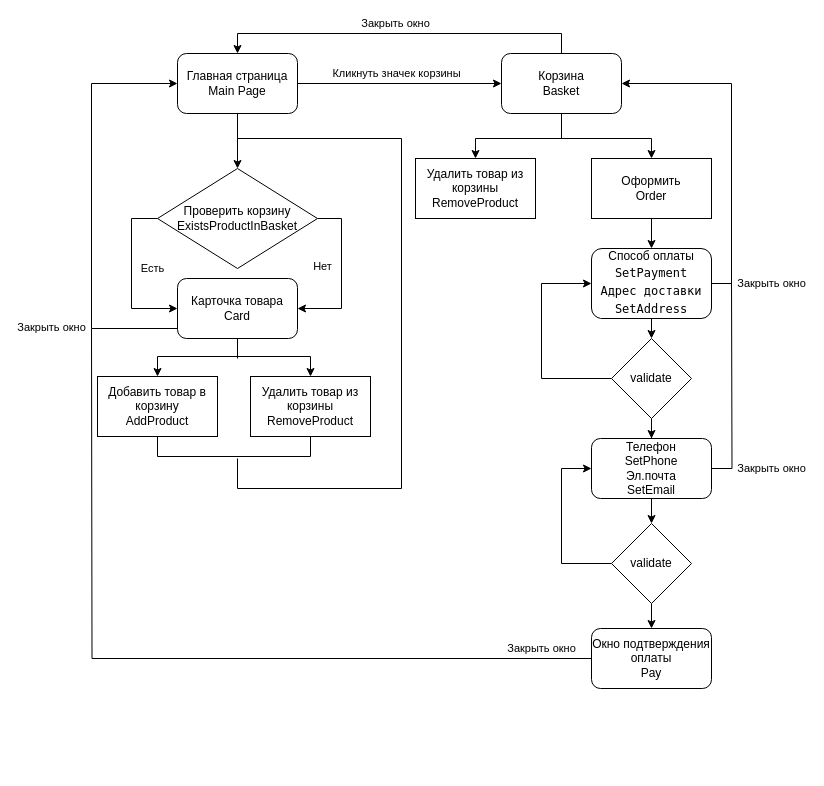
Earlier version of the draw.io diagram web-larek-frontend.process.drawio (Kazannik/web-larek-frontend). Source tidied: cells renumbered, new cells numbered last; positions are measured from the earlier drawing's top-left corner, leaving out a move shared by most shapes. Both pictures are drawn from the tidied source at 100%, with x=0, y=0 at pixel (91, 53).
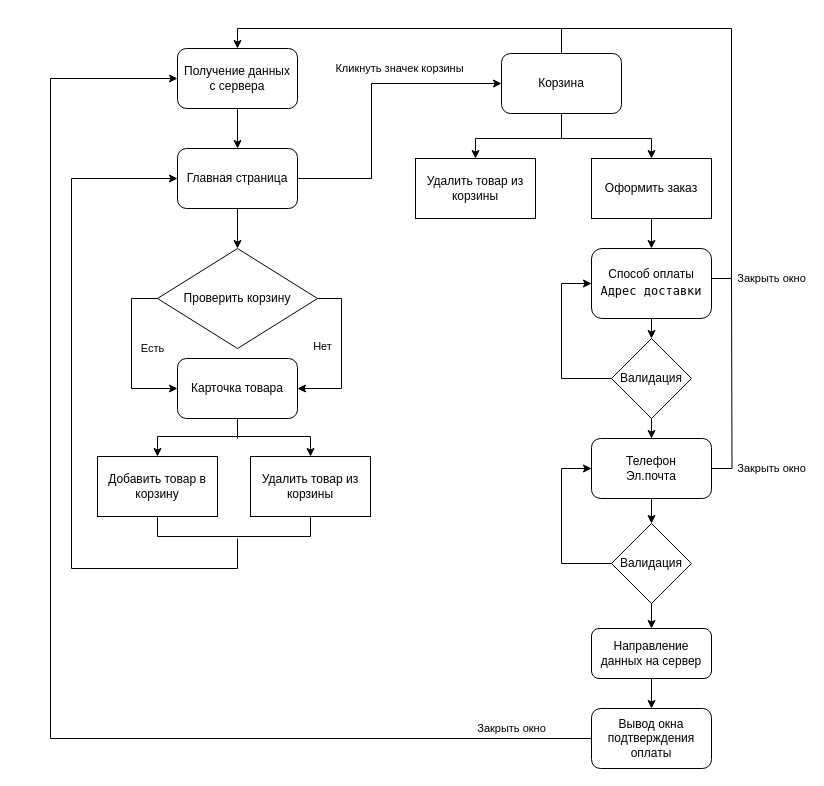
Above is the later version.

What changed in the source:
```diff
@@
     <mxCell id="2" style="edgeStyle=orthogonalEdgeStyle;rounded=0;jettySize=auto;html=1;exitX=0.5;exitY=1;exitDx=0;exitDy=0;endArrow=none;endFill=0;" parent="1" edge="1" source="4">
       <mxGeometry relative="1" as="geometry">
-        <mxPoint x="146" y="305" as="targetPoint" />
+        <mxPoint x="146" y="385" as="targetPoint" />
       </mxGeometry>
     </mxCell>
-    <mxCell id="3" value="Закрыть окно" style="edgeStyle=orthogonalEdgeStyle;rounded=0;jettySize=auto;html=1;exitX=0;exitY=0.5;exitDx=0;exitDy=0;entryX=0;entryY=0.5;entryDx=0;entryDy=0;" parent="1" edge="1" source="4" target="15">
-      <mxGeometry x="-0.51" y="40" relative="1" as="geometry">
-        <Array as="points">
-          <mxPoint x="86" y="275" />
-          <mxPoint y="275" />
-          <mxPoint y="30" />
-        </Array>
-      </mxGeometry>
-    </mxCell>
-    <mxCell id="4" value="Карточка товара&lt;br&gt;Card" style="rounded=1;whiteSpace=wrap;html=1;" parent="1" vertex="1">
-      <mxGeometry x="86" y="225" width="120" height="60" as="geometry" />
+    <mxCell id="4" value="Карточка товара" style="rounded=1;whiteSpace=wrap;html=1;" parent="1" vertex="1">
+      <mxGeometry x="86" y="305" width="120" height="60" as="geometry" />
     </mxCell>
@@
-    <mxCell id="6" value="Добавить товар в корзину&lt;br&gt;AddProduct" style="rounded=0;whiteSpace=wrap;html=1;" parent="1" vertex="1">
-      <mxGeometry x="6" y="323" width="120" height="60" as="geometry" />
+    <mxCell id="6" value="Добавить товар в корзину" style="rounded=0;whiteSpace=wrap;html=1;" parent="1" vertex="1">
+      <mxGeometry x="6" y="403" width="120" height="60" as="geometry" />
     </mxCell>
     <mxCell id="7" style="edgeStyle=orthogonalEdgeStyle;rounded=0;jettySize=auto;html=1;exitX=0.5;exitY=1;exitDx=0;exitDy=0;entryX=0.5;entryY=1;entryDx=0;entryDy=0;endArrow=none;endFill=0;" parent="1" edge="1" source="8" target="6">
       <mxGeometry relative="1" as="geometry">
         <Array as="points">
-          <mxPoint x="219" y="403" />
-          <mxPoint x="66" y="403" />
+          <mxPoint x="219" y="483" />
+          <mxPoint x="66" y="483" />
         </Array>
       </mxGeometry>
     </mxCell>
-    <mxCell id="8" value="Удалить товар из корзины&lt;br&gt;RemoveProduct" style="rounded=0;whiteSpace=wrap;html=1;" parent="1" vertex="1">
-      <mxGeometry x="159" y="323" width="120" height="60" as="geometry" />
+    <mxCell id="8" value="Удалить товар из корзины" style="rounded=0;whiteSpace=wrap;html=1;" parent="1" vertex="1">
+      <mxGeometry x="159" y="403" width="120" height="60" as="geometry" />
     </mxCell>
-    <mxCell id="9" value="Закрыть окно" style="edgeStyle=orthogonalEdgeStyle;rounded=0;jettySize=auto;html=1;exitX=0.5;exitY=0;exitDx=0;exitDy=0;entryX=0.5;entryY=0;entryDx=0;entryDy=0;" parent="1" edge="1" source="12" target="15">
-      <mxGeometry x="0.02" y="-10" relative="1" as="geometry" />
-    </mxCell>
@@
-    <mxCell id="11" value="Закрыть окно" style="edgeStyle=orthogonalEdgeStyle;rounded=0;jettySize=auto;html=1;entryX=1;entryY=0.5;entryDx=0;entryDy=0;startArrow=classic;startFill=1;endArrow=none;endFill=0;" parent="1" edge="1" source="12" target="27">
-      <mxGeometry x="0.88" y="-40" relative="1" as="geometry">
+    <mxCell id="11" value="Закрыть окно" style="edgeStyle=orthogonalEdgeStyle;rounded=0;orthogonalLoop=1;jettySize=auto;html=1;entryX=1;entryY=0.5;entryDx=0;entryDy=0;startArrow=none;startFill=0;endArrow=none;endFill=0;" parent="1" edge="1">
+      <mxGeometry x="0.91" y="-40" relative="1" as="geometry">
+        <mxPoint x="470" y="-20" as="sourcePoint" />
+        <mxPoint x="620" y="225" as="targetPoint" />
         <Array as="points">
-          <mxPoint x="640" y="30" />
-          <mxPoint x="640" y="230" />
+          <mxPoint x="470" y="-25" />
+          <mxPoint x="640" y="-25" />
+          <mxPoint x="640" y="225" />
         </Array>
         <mxPoint x="40" y="40" as="offset" />
       </mxGeometry>
     </mxCell>
-    <mxCell id="12" value="Корзина&lt;br&gt;Basket" style="rounded=1;whiteSpace=wrap;html=1;" parent="1" vertex="1">
+    <mxCell id="12" value="Корзина" style="rounded=1;whiteSpace=wrap;html=1;" parent="1" vertex="1">
       <mxGeometry x="410" width="120" height="60" as="geometry" />
     </mxCell>
     <mxCell id="13" value="Кликнуть значек корзины" style="edgeStyle=orthogonalEdgeStyle;rounded=0;jettySize=auto;html=1;exitX=1;exitY=0.5;exitDx=0;exitDy=0;entryX=0;entryY=0.5;entryDx=0;entryDy=0;" parent="1" edge="1" source="15" target="12">
-      <mxGeometry x="-0.03" y="10" relative="1" as="geometry" />
+      <mxGeometry x="0.32" y="15" relative="1" as="geometry">
+        <Array as="points">
+          <mxPoint x="280" y="125" />
+          <mxPoint x="280" y="30" />
+        </Array>
+      </mxGeometry>
     </mxCell>
@@
-    <mxCell id="15" value="Главная страница&lt;br&gt;Main Page" style="rounded=1;whiteSpace=wrap;html=1;" parent="1" vertex="1">
-      <mxGeometry x="86" width="120" height="60" as="geometry" />
+    <mxCell id="15" value="Главная страница" style="rounded=1;whiteSpace=wrap;html=1;" parent="1" vertex="1">
+      <mxGeometry x="86" y="95" width="120" height="60" as="geometry" />
     </mxCell>
@@
-    <mxCell id="17" value="Удалить товар из корзины&lt;br&gt;RemoveProduct" style="rounded=0;whiteSpace=wrap;html=1;" parent="1" vertex="1">
+    <mxCell id="17" value="Удалить товар из корзины" style="rounded=0;whiteSpace=wrap;html=1;" parent="1" vertex="1">
       <mxGeometry x="324" y="105" width="120" height="60" as="geometry" />
     </mxCell>
-    <mxCell id="18" style="edgeStyle=orthogonalEdgeStyle;rounded=0;orthogonalLoop=1;jettySize=auto;html=1;startArrow=none;startFill=0;endArrow=none;endFill=0;" parent="1" edge="1">
+    <mxCell id="18" style="edgeStyle=orthogonalEdgeStyle;rounded=0;jettySize=auto;html=1;startArrow=classic;startFill=1;endArrow=none;endFill=0;exitX=0;exitY=0.5;exitDx=0;exitDy=0;" parent="1" edge="1" source="15">
       <mxGeometry relative="1" as="geometry">
-        <mxPoint x="146" y="95" as="sourcePoint" />
-        <mxPoint x="146" y="405" as="targetPoint" />
+        <mxPoint x="146" y="485" as="targetPoint" />
         <Array as="points">
-          <mxPoint x="146" y="85" />
-          <mxPoint x="310" y="85" />
-          <mxPoint x="310" y="435" />
-          <mxPoint x="146" y="435" />
+          <mxPoint x="-20" y="125" />
+          <mxPoint x="-20" y="515" />
+          <mxPoint x="146" y="515" />
         </Array>
       </mxGeometry>
     </mxCell>
     <mxCell id="19" style="edgeStyle=orthogonalEdgeStyle;rounded=0;jettySize=auto;html=1;entryX=1;entryY=0.5;entryDx=0;entryDy=0;" parent="1" edge="1" source="23" target="4">
       <mxGeometry relative="1" as="geometry">
         <Array as="points">
-          <mxPoint x="250" y="165" />
-          <mxPoint x="250" y="255" />
+          <mxPoint x="250" y="245" />
+          <mxPoint x="250" y="335" />
         </Array>
       </mxGeometry>
     </mxCell>
@@
     <mxCell id="21" style="edgeStyle=orthogonalEdgeStyle;rounded=0;jettySize=auto;html=1;entryX=0;entryY=0.5;entryDx=0;entryDy=0;" parent="1" edge="1" source="23" target="4">
       <mxGeometry relative="1" as="geometry">
         <Array as="points">
-          <mxPoint x="40" y="165" />
-          <mxPoint x="40" y="255" />
+          <mxPoint x="40" y="245" />
+          <mxPoint x="40" y="335" />
         </Array>
       </mxGeometry>
     </mxCell>
@@
-    <mxCell id="23" value="Проверить корзину&lt;br style=&quot;border-color: var(--border-color);&quot;&gt;ExistsProductInBasket" style="rhombus;whiteSpace=wrap;html=1;" parent="1" vertex="1">
-      <mxGeometry x="66" y="115" width="160" height="100" as="geometry" />
+    <mxCell id="23" value="Проверить корзину" style="rhombus;whiteSpace=wrap;html=1;" parent="1" vertex="1">
+      <mxGeometry x="66" y="195" width="160" height="100" as="geometry" />
     </mxCell>
@@
-    <mxCell id="25" value="Оформить&lt;br&gt;Order" style="rounded=0;whiteSpace=wrap;html=1;" parent="1" vertex="1">
+    <mxCell id="25" value="Оформить заказ" style="rounded=0;whiteSpace=wrap;html=1;" parent="1" vertex="1">
       <mxGeometry x="500" y="105" width="120" height="60" as="geometry" />
     </mxCell>
@@
-    <mxCell id="27" value="Способ оплаты&lt;br&gt;&lt;div style=&quot;background-color: rgb(255, 255, 255); font-family: &amp;quot;JetBrains Mono&amp;quot;, Menlo, Monaco, &amp;quot;Courier New&amp;quot;, monospace, Menlo, Monaco, &amp;quot;Courier New&amp;quot;, monospace; line-height: 18px;&quot;&gt;SetPayment&lt;/div&gt;&lt;div style=&quot;background-color: rgb(255, 255, 255); font-family: &amp;quot;JetBrains Mono&amp;quot;, Menlo, Monaco, &amp;quot;Courier New&amp;quot;, monospace, Menlo, Monaco, &amp;quot;Courier New&amp;quot;, monospace; line-height: 18px;&quot;&gt;Адрес доставки&lt;/div&gt;&lt;div style=&quot;background-color: rgb(255, 255, 255); font-family: &amp;quot;JetBrains Mono&amp;quot;, Menlo, Monaco, &amp;quot;Courier New&amp;quot;, monospace, Menlo, Monaco, &amp;quot;Courier New&amp;quot;, monospace; line-height: 18px;&quot;&gt;SetAddress&lt;/div&gt;" style="rounded=1;whiteSpace=wrap;html=1;" parent="1" vertex="1">
+    <mxCell id="27" value="Способ оплаты&lt;br&gt;&lt;div style=&quot;background-color: rgb(255, 255, 255); font-family: &amp;quot;JetBrains Mono&amp;quot;, Menlo, Monaco, &amp;quot;Courier New&amp;quot;, monospace, Menlo, Monaco, &amp;quot;Courier New&amp;quot;, monospace; line-height: 18px;&quot;&gt;Адрес доставки&lt;/div&gt;" style="rounded=1;whiteSpace=wrap;html=1;" parent="1" vertex="1">
       <mxGeometry x="500" y="195" width="120" height="70" as="geometry" />
     </mxCell>
     <mxCell id="28" style="edgeStyle=orthogonalEdgeStyle;rounded=0;jettySize=auto;html=1;entryX=0;entryY=0.5;entryDx=0;entryDy=0;" parent="1" edge="1" source="30" target="27">
       <mxGeometry relative="1" as="geometry">
         <Array as="points">
-          <mxPoint x="450" y="325" />
-          <mxPoint x="450" y="230" />
+          <mxPoint x="470" y="325" />
+          <mxPoint x="470" y="230" />
         </Array>
       </mxGeometry>
     </mxCell>
@@
-    <mxCell id="30" value="validate" style="rhombus;whiteSpace=wrap;html=1;" parent="1" vertex="1">
+    <mxCell id="30" value="Валидация" style="rhombus;whiteSpace=wrap;html=1;" parent="1" vertex="1">
       <mxGeometry x="520" y="285" width="80" height="80" as="geometry" />
     </mxCell>
@@
-    <mxCell id="33" value="Телефон&lt;br&gt;SetPhone&lt;br&gt;Эл.почта&lt;br&gt;SetEmail" style="rounded=1;whiteSpace=wrap;html=1;" parent="1" vertex="1">
+    <mxCell id="33" value="Телефон&lt;br&gt;Эл.почта" style="rounded=1;whiteSpace=wrap;html=1;" parent="1" vertex="1">
       <mxGeometry x="500" y="385" width="120" height="60" as="geometry" />
     </mxCell>
@@
-    <mxCell id="36" value="validate" style="rhombus;whiteSpace=wrap;html=1;" parent="1" vertex="1">
+    <mxCell id="36" value="Валидация" style="rhombus;whiteSpace=wrap;html=1;" parent="1" vertex="1">
       <mxGeometry x="520" y="470" width="80" height="80" as="geometry" />
     </mxCell>
-    <mxCell id="37" value="Закрыть окно" style="edgeStyle=orthogonalEdgeStyle;rounded=0;jettySize=auto;html=1;endArrow=none;endFill=0;" parent="1" edge="1" source="38">
+    <mxCell id="37" value="Закрыть окно" style="edgeStyle=orthogonalEdgeStyle;rounded=0;jettySize=auto;html=1;endArrow=classic;endFill=1;exitX=0;exitY=0.5;exitDx=0;exitDy=0;entryX=0;entryY=0.5;entryDx=0;entryDy=0;startArrow=none;startFill=0;" parent="1" edge="1" source="40" target="43">
       <mxGeometry x="-0.88" y="-10" relative="1" as="geometry">
-        <mxPoint y="275" as="targetPoint" />
+        <Array as="points">
+          <mxPoint x="-41" y="685" />
+          <mxPoint x="-41" y="25" />
+        </Array>
       </mxGeometry>
     </mxCell>
+    <mxCell id="39" style="edgeStyle=orthogonalEdgeStyle;rounded=0;jettySize=auto;html=1;entryX=0.5;entryY=0;entryDx=0;entryDy=0;" parent="1" edge="1" source="38" target="40">
+      <mxGeometry relative="1" as="geometry" />
+    </mxCell>
-    <mxCell id="38" value="Окно подтверждения оплаты&lt;br&gt;Pay" style="rounded=1;whiteSpace=wrap;html=1;" parent="1" vertex="1">
-      <mxGeometry x="500" y="575" width="120" height="60" as="geometry" />
+    <mxCell id="38" value="Направление данных на сервер" style="rounded=1;whiteSpace=wrap;html=1;" parent="1" vertex="1">
+      <mxGeometry x="500" y="575" width="120" height="50" as="geometry" />
     </mxCell>
+    <mxCell id="40" value="Вывод окна подтверждения оплаты" style="rounded=1;whiteSpace=wrap;html=1;" parent="1" vertex="1">
+      <mxGeometry x="500" y="655" width="120" height="60" as="geometry" />
+    </mxCell>
+    <mxCell id="41" style="edgeStyle=orthogonalEdgeStyle;rounded=0;jettySize=auto;html=1;exitX=0.5;exitY=0;exitDx=0;exitDy=0;entryX=0.5;entryY=0;entryDx=0;entryDy=0;" parent="1" edge="1" source="12" target="43">
+      <mxGeometry x="0.02" y="-10" relative="1" as="geometry" />
+    </mxCell>
+    <mxCell id="42" style="edgeStyle=orthogonalEdgeStyle;rounded=0;jettySize=auto;html=1;entryX=0.5;entryY=0;entryDx=0;entryDy=0;" parent="1" edge="1" source="43" target="15">
+      <mxGeometry relative="1" as="geometry" />
+    </mxCell>
+    <mxCell id="43" value="Получение данных&lt;br&gt;с сервера" style="rounded=1;whiteSpace=wrap;html=1;" parent="1" vertex="1">
+      <mxGeometry x="86" y="-5" width="120" height="60" as="geometry" />
+    </mxCell>
```
